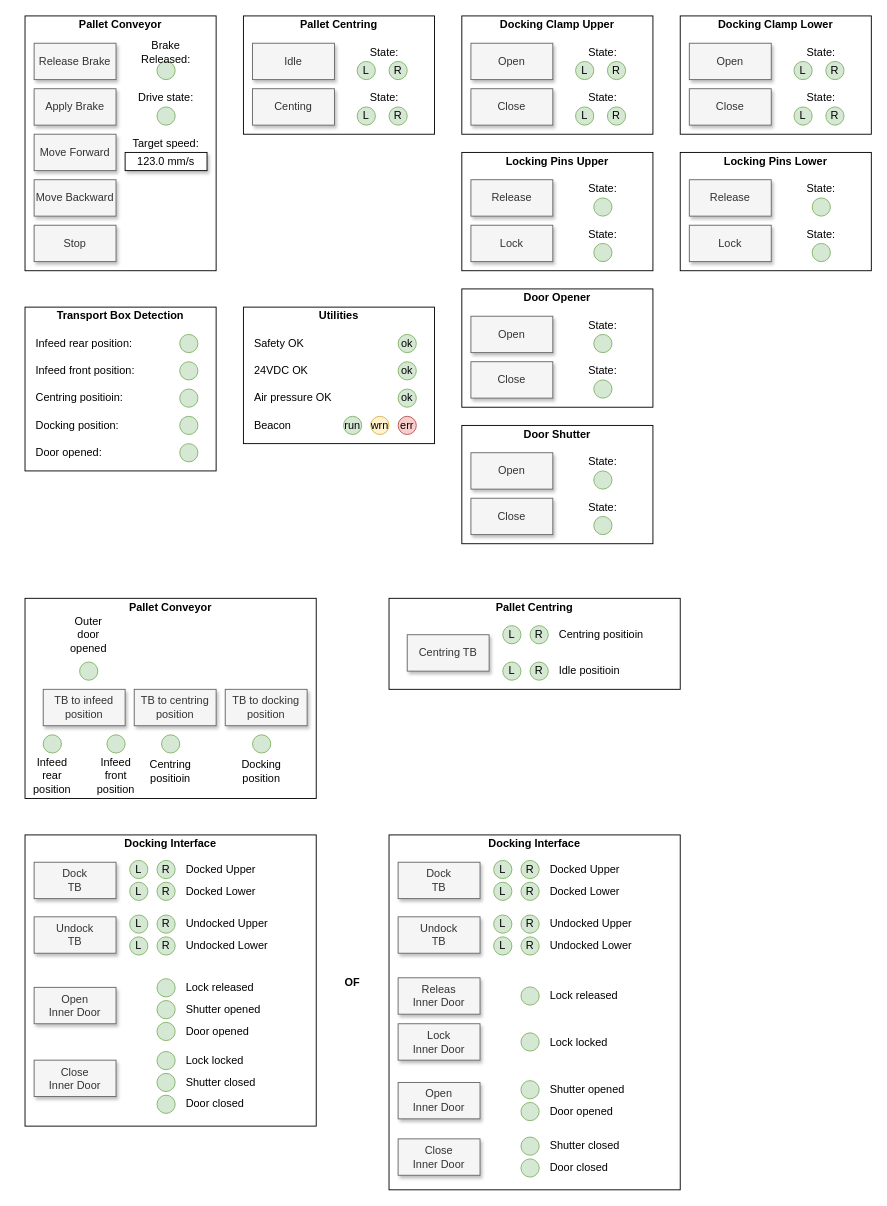
Earlier version of the draw.io diagram page "HMI maual control" (1 of 2) of Documentation/DDR plaatjes HMI.drawio (KMWE/KMWE_CleanroomConnect). Source tidied: cells renumbered, new cells numbered last; positions are measured from the earlier drawing's top-left corner, leaving out a move shared by most shapes. Both pictures are drawn from the tidied source at 91%, with x=0, y=0 at pixel (15, 15).
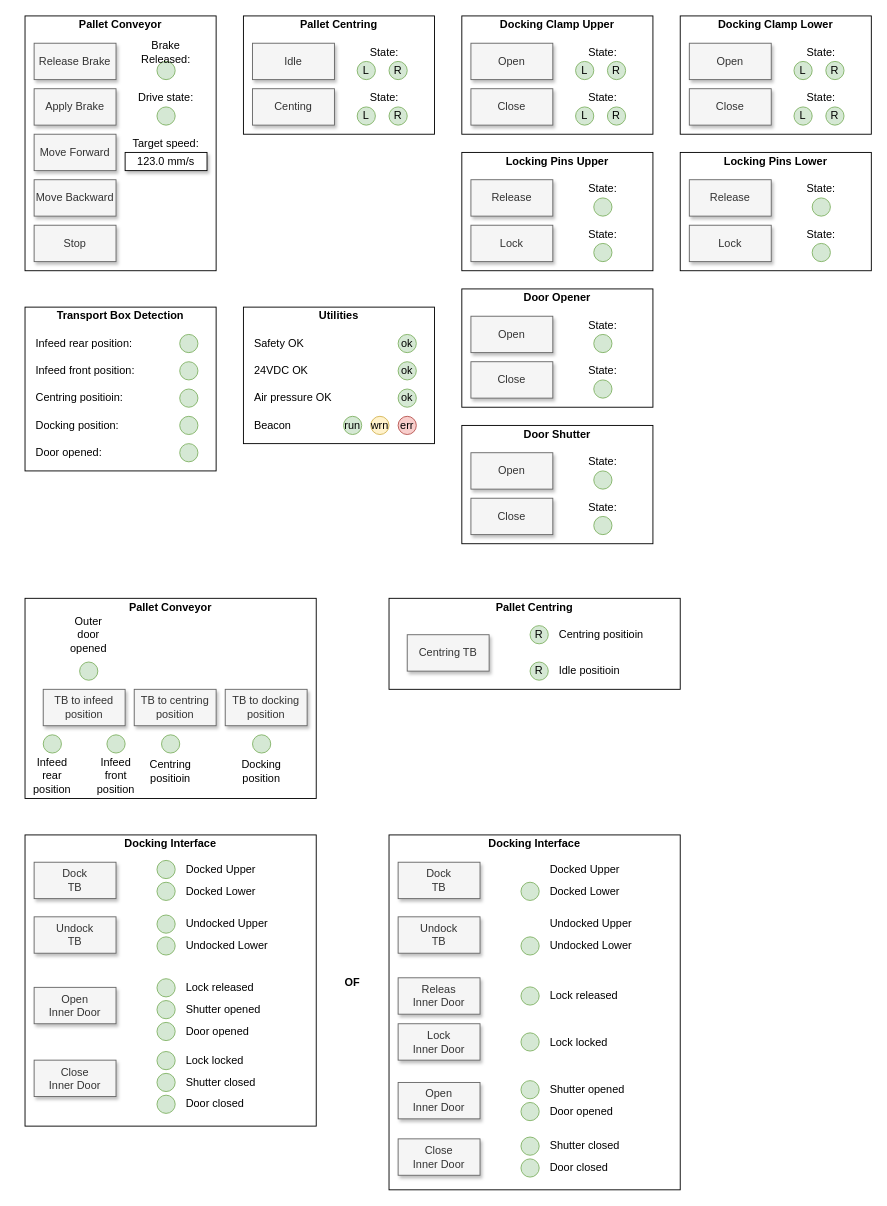
The same diagram, later.

What changed in the source:
```diff
@@
-    <mxCell id="108" value="L" style="ellipse;whiteSpace=wrap;html=1;fillColor=#d5e8d4;strokeColor=#82b366;" parent="1" vertex="1">
-      <mxGeometry x="535" y="670" width="20" height="20" as="geometry" />
-    </mxCell>
-    <mxCell id="109" value="L" style="ellipse;whiteSpace=wrap;html=1;fillColor=#d5e8d4;strokeColor=#82b366;" parent="1" vertex="1">
-      <mxGeometry x="535" y="710" width="20" height="20" as="geometry" />
-    </mxCell>
@@
-    <mxCell id="115" value="R" style="ellipse;whiteSpace=wrap;html=1;fillColor=#d5e8d4;strokeColor=#82b366;" parent="1" vertex="1">
+    <mxCell id="115" style="ellipse;whiteSpace=wrap;html=1;fillColor=#d5e8d4;strokeColor=#82b366;" parent="1" vertex="1">
       <mxGeometry x="155" y="952" width="20" height="20" as="geometry" />
     </mxCell>
@@
-    <mxCell id="117" value="L" style="ellipse;whiteSpace=wrap;html=1;fillColor=#d5e8d4;strokeColor=#82b366;" parent="1" vertex="1">
-      <mxGeometry x="125" y="928" width="20" height="20" as="geometry" />
-    </mxCell>
-    <mxCell id="118" value="R" style="ellipse;whiteSpace=wrap;html=1;fillColor=#d5e8d4;strokeColor=#82b366;" parent="1" vertex="1">
+    <mxCell id="118" style="ellipse;whiteSpace=wrap;html=1;fillColor=#d5e8d4;strokeColor=#82b366;" parent="1" vertex="1">
       <mxGeometry x="155" y="928" width="20" height="20" as="geometry" />
     </mxCell>
-    <mxCell id="119" value="L" style="ellipse;whiteSpace=wrap;html=1;fillColor=#d5e8d4;strokeColor=#82b366;" parent="1" vertex="1">
-      <mxGeometry x="125" y="952" width="20" height="20" as="geometry" />
-    </mxCell>
@@
-    <mxCell id="121" value="R" style="ellipse;whiteSpace=wrap;html=1;fillColor=#d5e8d4;strokeColor=#82b366;" parent="1" vertex="1">
+    <mxCell id="121" style="ellipse;whiteSpace=wrap;html=1;fillColor=#d5e8d4;strokeColor=#82b366;" parent="1" vertex="1">
       <mxGeometry x="155" y="1012" width="20" height="20" as="geometry" />
     </mxCell>
@@
-    <mxCell id="123" value="L" style="ellipse;whiteSpace=wrap;html=1;fillColor=#d5e8d4;strokeColor=#82b366;" parent="1" vertex="1">
-      <mxGeometry x="125" y="988" width="20" height="20" as="geometry" />
-    </mxCell>
-    <mxCell id="124" value="R" style="ellipse;whiteSpace=wrap;html=1;fillColor=#d5e8d4;strokeColor=#82b366;" parent="1" vertex="1">
+    <mxCell id="124" style="ellipse;whiteSpace=wrap;html=1;fillColor=#d5e8d4;strokeColor=#82b366;" parent="1" vertex="1">
       <mxGeometry x="155" y="988" width="20" height="20" as="geometry" />
     </mxCell>
-    <mxCell id="125" value="L" style="ellipse;whiteSpace=wrap;html=1;fillColor=#d5e8d4;strokeColor=#82b366;" parent="1" vertex="1">
-      <mxGeometry x="125" y="1012" width="20" height="20" as="geometry" />
-    </mxCell>
@@
-    <mxCell id="158" value="R" style="ellipse;whiteSpace=wrap;html=1;fillColor=#d5e8d4;strokeColor=#82b366;" parent="1" vertex="1">
+    <mxCell id="158" style="ellipse;whiteSpace=wrap;html=1;fillColor=#d5e8d4;strokeColor=#82b366;" parent="1" vertex="1">
       <mxGeometry x="555" y="952" width="20" height="20" as="geometry" />
     </mxCell>
@@
-    <mxCell id="160" value="L" style="ellipse;whiteSpace=wrap;html=1;fillColor=#d5e8d4;strokeColor=#82b366;" parent="1" vertex="1">
-      <mxGeometry x="525" y="928" width="20" height="20" as="geometry" />
-    </mxCell>
-    <mxCell id="161" value="R" style="ellipse;whiteSpace=wrap;html=1;fillColor=#d5e8d4;strokeColor=#82b366;" parent="1" vertex="1">
-      <mxGeometry x="555" y="928" width="20" height="20" as="geometry" />
-    </mxCell>
-    <mxCell id="162" value="L" style="ellipse;whiteSpace=wrap;html=1;fillColor=#d5e8d4;strokeColor=#82b366;" parent="1" vertex="1">
-      <mxGeometry x="525" y="952" width="20" height="20" as="geometry" />
-    </mxCell>
@@
-    <mxCell id="164" value="R" style="ellipse;whiteSpace=wrap;html=1;fillColor=#d5e8d4;strokeColor=#82b366;" parent="1" vertex="1">
+    <mxCell id="164" style="ellipse;whiteSpace=wrap;html=1;fillColor=#d5e8d4;strokeColor=#82b366;" parent="1" vertex="1">
       <mxGeometry x="555" y="1012" width="20" height="20" as="geometry" />
     </mxCell>
@@
-    <mxCell id="166" value="L" style="ellipse;whiteSpace=wrap;html=1;fillColor=#d5e8d4;strokeColor=#82b366;" parent="1" vertex="1">
-      <mxGeometry x="525" y="988" width="20" height="20" as="geometry" />
-    </mxCell>
-    <mxCell id="167" value="R" style="ellipse;whiteSpace=wrap;html=1;fillColor=#d5e8d4;strokeColor=#82b366;" parent="1" vertex="1">
-      <mxGeometry x="555" y="988" width="20" height="20" as="geometry" />
-    </mxCell>
-    <mxCell id="168" value="L" style="ellipse;whiteSpace=wrap;html=1;fillColor=#d5e8d4;strokeColor=#82b366;" parent="1" vertex="1">
-      <mxGeometry x="525" y="1012" width="20" height="20" as="geometry" />
-    </mxCell>
```
